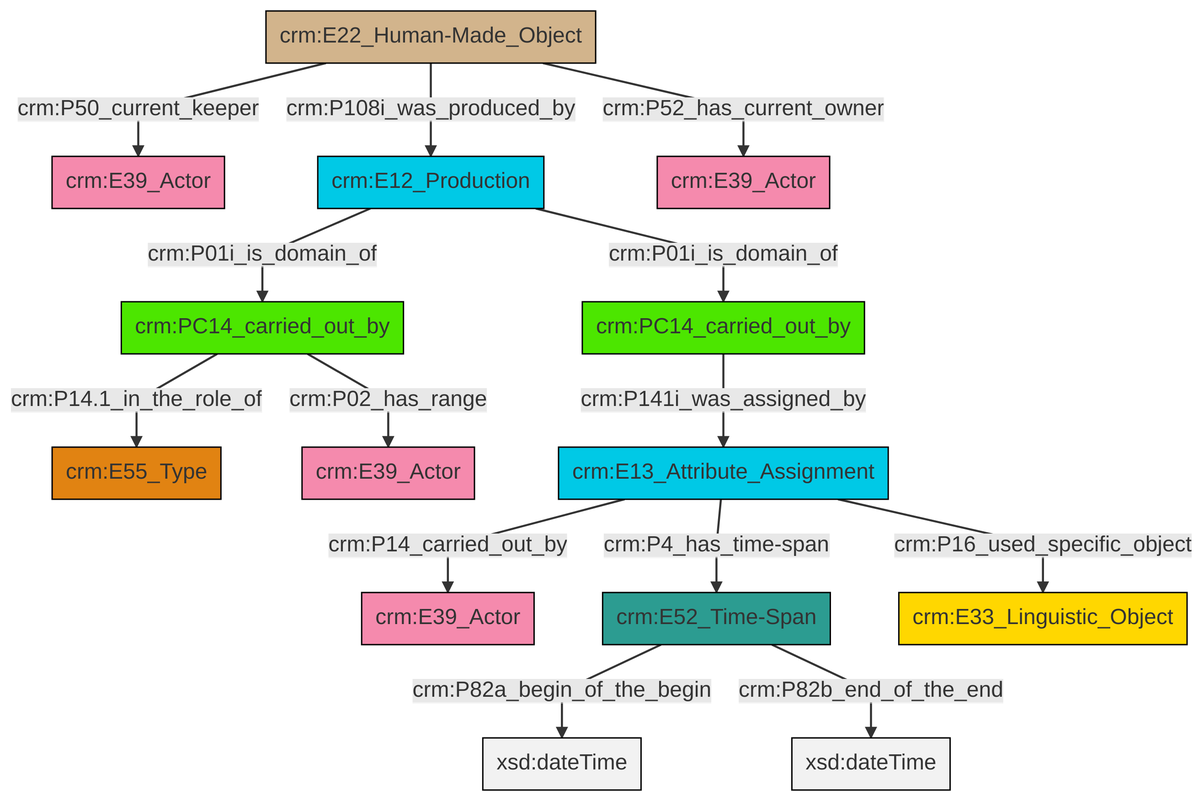
swiss-art-research-net/docs.swissartresearch keeps this Mermaid diagram as et/carrierCSV/ttl/mmd/png/carrier_relations.png. Above is the earlier version. Its source is kept beside it as et/carrierCSV/ttl/mmd/carrier_relations.ttl.mmd. The source it was exported from:
```mermaid
graph TD
classDef Literal fill:#f2f2f2,stroke:#000000;
classDef CRM_Entity fill:#FFFFFF,stroke:#000000;
classDef Temporal_Entity fill:#00C9E6, stroke:#000000;
classDef Type fill:#E18312, stroke:#000000;
classDef Time-Span fill:#2C9C91, stroke:#000000;
classDef Appellation fill:#FFEB7F, stroke:#000000;
classDef Place fill:#008836, stroke:#000000;
classDef Persistent_Item fill:#B266B2, stroke:#000000;
classDef Conceptual_Object fill:#FFD700, stroke:#000000;
classDef Physical_Thing fill:#D2B48C, stroke:#000000;
classDef Actor fill:#f58aad, stroke:#000000;
classDef PC_Classes fill:#4ce600, stroke:#000000;
classDef Multi fill:#cccccc,stroke:#000000;

2["crm:E12_Production"]:::Temporal_Entity -->|crm:P01i_is_domain_of| 3["crm:PC14_carried_out_by"]:::PC_Classes
4["crm:E22_Human-Made_Object"]:::Physical_Thing -->|crm:P50_current_keeper| 5["crm:E39_Actor"]:::Actor
3["crm:PC14_carried_out_by"]:::PC_Classes -->|crm:P14.1_in_the_role_of| 10["crm:E55_Type"]:::Type
12["crm:E13_Attribute_Assignment"]:::Temporal_Entity -->|crm:P14_carried_out_by| 8["crm:E39_Actor"]:::Actor
3["crm:PC14_carried_out_by"]:::PC_Classes -->|crm:P02_has_range| 13["crm:E39_Actor"]:::Actor
16["crm:E52_Time-Span"]:::Time-Span -->|crm:P82a_begin_of_the_begin| 17[xsd:dateTime]:::Literal
12["crm:E13_Attribute_Assignment"]:::Temporal_Entity -->|crm:P4_has_time-span| 16["crm:E52_Time-Span"]:::Time-Span
6["crm:PC14_carried_out_by"]:::PC_Classes -->|crm:P141i_was_assigned_by| 12["crm:E13_Attribute_Assignment"]:::Temporal_Entity
12["crm:E13_Attribute_Assignment"]:::Temporal_Entity -->|crm:P16_used_specific_object| 14["crm:E33_Linguistic_Object"]:::Conceptual_Object
16["crm:E52_Time-Span"]:::Time-Span -->|crm:P82b_end_of_the_end| 20[xsd:dateTime]:::Literal
4["crm:E22_Human-Made_Object"]:::Physical_Thing -->|crm:P108i_was_produced_by| 2["crm:E12_Production"]:::Temporal_Entity
4["crm:E22_Human-Made_Object"]:::Physical_Thing -->|crm:P52_has_current_owner| 0["crm:E39_Actor"]:::Actor
2["crm:E12_Production"]:::Temporal_Entity -->|crm:P01i_is_domain_of| 6["crm:PC14_carried_out_by"]:::PC_Classes
```
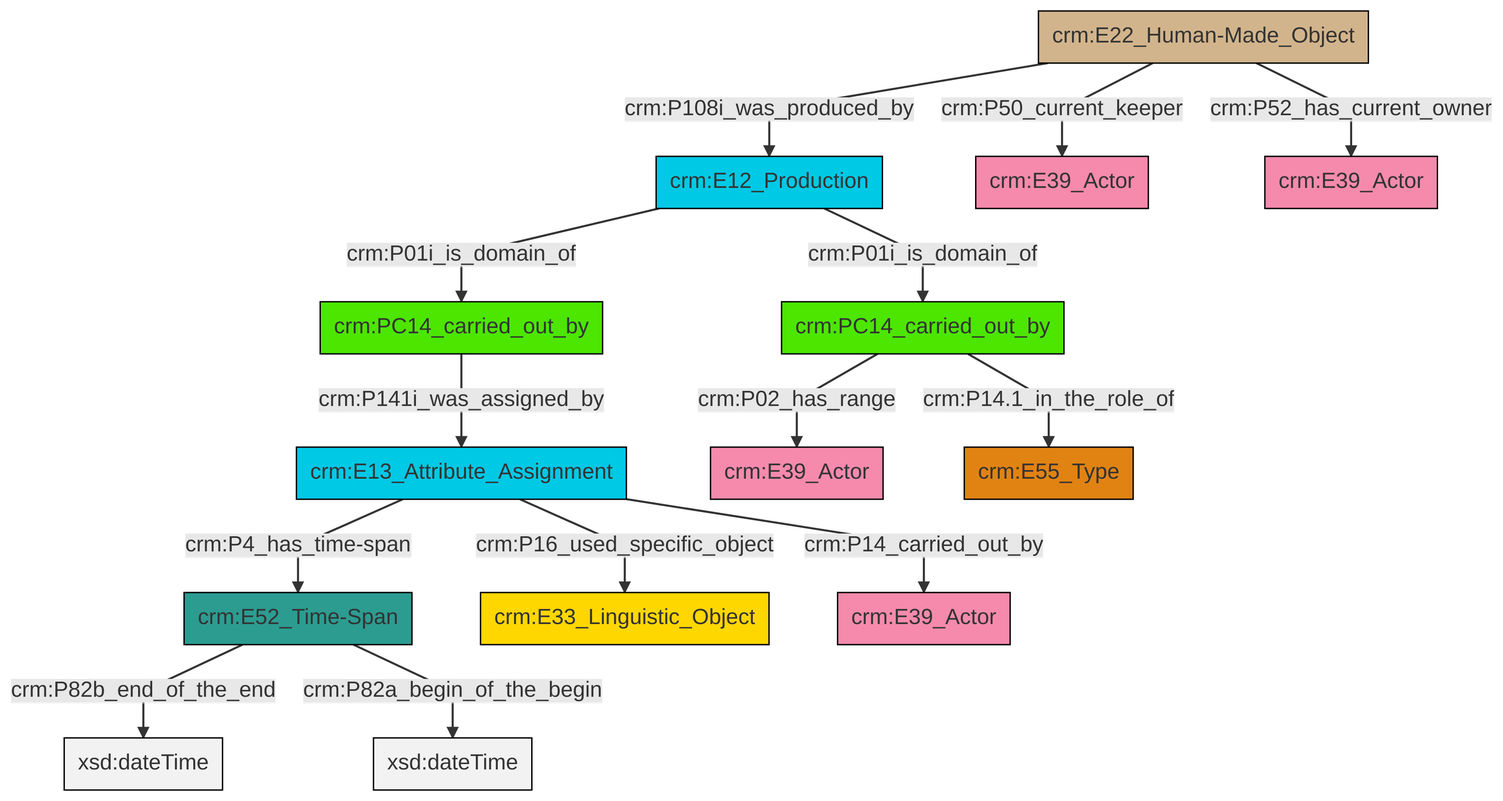
After the change.

Change to the diagram source:
```diff
@@ -13,16 +13,16 @@
 classDef PC_Classes fill:#4ce600, stroke:#000000;
 classDef Multi fill:#cccccc,stroke:#000000;
 
-2["crm:E12_Production"]:::Temporal_Entity -->|crm:P01i_is_domain_of| 3["crm:PC14_carried_out_by"]:::PC_Classes
-4["crm:E22_Human-Made_Object"]:::Physical_Thing -->|crm:P50_current_keeper| 5["crm:E39_Actor"]:::Actor
-3["crm:PC14_carried_out_by"]:::PC_Classes -->|crm:P14.1_in_the_role_of| 10["crm:E55_Type"]:::Type
-12["crm:E13_Attribute_Assignment"]:::Temporal_Entity -->|crm:P14_carried_out_by| 8["crm:E39_Actor"]:::Actor
-3["crm:PC14_carried_out_by"]:::PC_Classes -->|crm:P02_has_range| 13["crm:E39_Actor"]:::Actor
-16["crm:E52_Time-Span"]:::Time-Span -->|crm:P82a_begin_of_the_begin| 17[xsd:dateTime]:::Literal
-12["crm:E13_Attribute_Assignment"]:::Temporal_Entity -->|crm:P4_has_time-span| 16["crm:E52_Time-Span"]:::Time-Span
-6["crm:PC14_carried_out_by"]:::PC_Classes -->|crm:P141i_was_assigned_by| 12["crm:E13_Attribute_Assignment"]:::Temporal_Entity
-12["crm:E13_Attribute_Assignment"]:::Temporal_Entity -->|crm:P16_used_specific_object| 14["crm:E33_Linguistic_Object"]:::Conceptual_Object
-16["crm:E52_Time-Span"]:::Time-Span -->|crm:P82b_end_of_the_end| 20[xsd:dateTime]:::Literal
-4["crm:E22_Human-Made_Object"]:::Physical_Thing -->|crm:P108i_was_produced_by| 2["crm:E12_Production"]:::Temporal_Entity
-4["crm:E22_Human-Made_Object"]:::Physical_Thing -->|crm:P52_has_current_owner| 0["crm:E39_Actor"]:::Actor
-2["crm:E12_Production"]:::Temporal_Entity -->|crm:P01i_is_domain_of| 6["crm:PC14_carried_out_by"]:::PC_Classes
+0["crm:E52_Time-Span"]:::Time-Span -->|crm:P82b_end_of_the_end| 1[xsd:dateTime]:::Literal
+2["crm:E13_Attribute_Assignment"]:::Temporal_Entity -->|crm:P4_has_time-span| 0["crm:E52_Time-Span"]:::Time-Span
+6["crm:PC14_carried_out_by"]:::PC_Classes -->|crm:P02_has_range| 7["crm:E39_Actor"]:::Actor
+2["crm:E13_Attribute_Assignment"]:::Temporal_Entity -->|crm:P16_used_specific_object| 8["crm:E33_Linguistic_Object"]:::Conceptual_Object
+0["crm:E52_Time-Span"]:::Time-Span -->|crm:P82a_begin_of_the_begin| 13[xsd:dateTime]:::Literal
+4["crm:E22_Human-Made_Object"]:::Physical_Thing -->|crm:P50_current_keeper| 16["crm:E39_Actor"]:::Actor
+2["crm:E13_Attribute_Assignment"]:::Temporal_Entity -->|crm:P14_carried_out_by| 14["crm:E39_Actor"]:::Actor
+11["crm:E12_Production"]:::Temporal_Entity -->|crm:P01i_is_domain_of| 17["crm:PC14_carried_out_by"]:::PC_Classes
+4["crm:E22_Human-Made_Object"]:::Physical_Thing -->|crm:P108i_was_produced_by| 11["crm:E12_Production"]:::Temporal_Entity
+6["crm:PC14_carried_out_by"]:::PC_Classes -->|crm:P14.1_in_the_role_of| 9["crm:E55_Type"]:::Type
+11["crm:E12_Production"]:::Temporal_Entity -->|crm:P01i_is_domain_of| 6["crm:PC14_carried_out_by"]:::PC_Classes
+17["crm:PC14_carried_out_by"]:::PC_Classes -->|crm:P141i_was_assigned_by| 2["crm:E13_Attribute_Assignment"]:::Temporal_Entity
+4["crm:E22_Human-Made_Object"]:::Physical_Thing -->|crm:P52_has_current_owner| 21["crm:E39_Actor"]:::Actor
```
